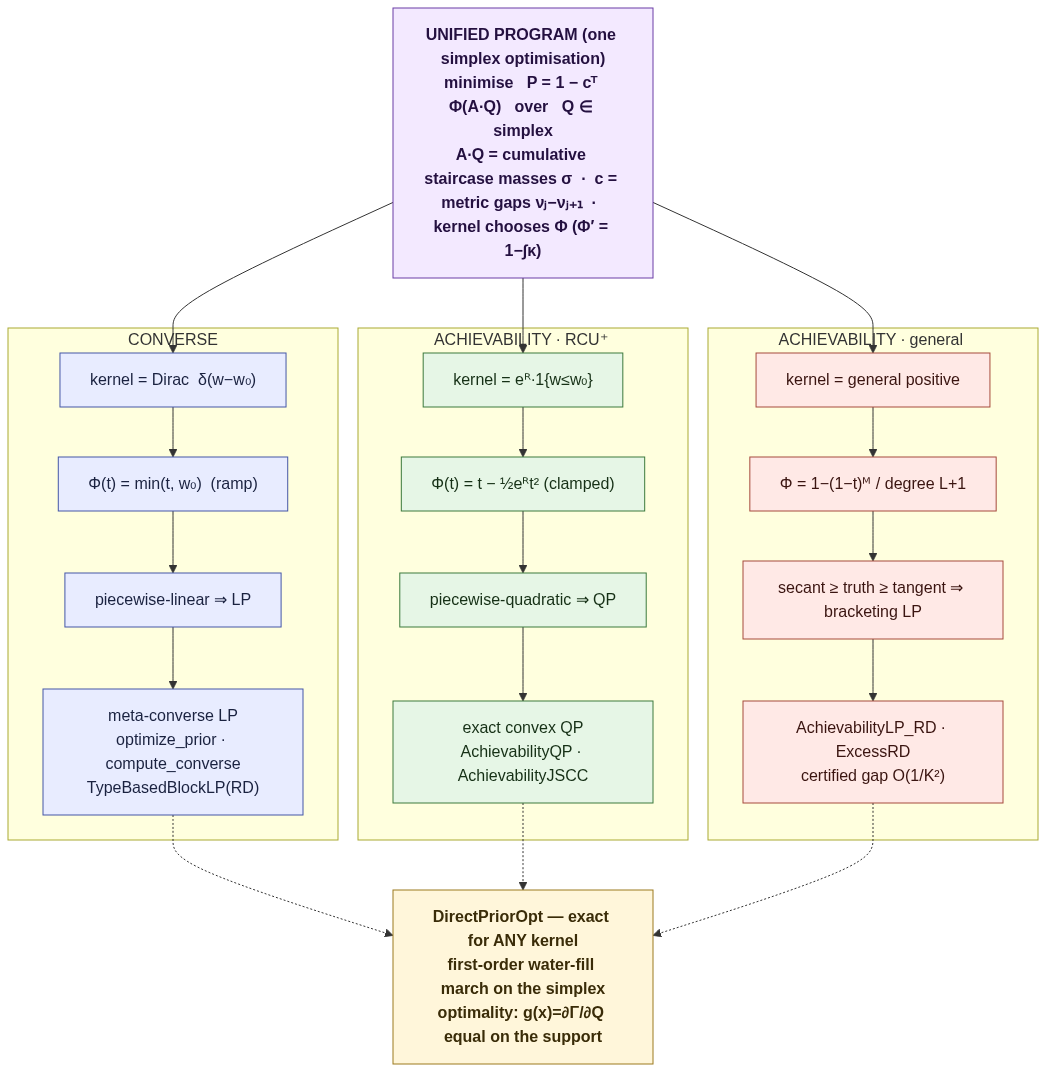
Above: docs/algorithms.png in nire123/one_shot_IT (Mermaid), before the change. Its source is kept beside it as docs/algorithms.mmd. The source it was exported from:
```mermaid
flowchart TB
  classDef prog fill:#f3e9ff,stroke:#6a3ca6,color:#241040,font-weight:bold;
  classDef conv fill:#e8ecff,stroke:#4456a6,color:#1a2240;
  classDef ach1 fill:#e6f6e6,stroke:#3c7a3c,color:#163016;
  classDef ach2 fill:#ffe9e6,stroke:#a64a3c,color:#3a1410;
  classDef dir  fill:#fff6da,stroke:#9c7a1e,color:#3a2c08,font-weight:bold;

  P["UNIFIED PROGRAM (one simplex optimisation)<br/>minimise &nbsp; P = 1 − cᵀ Φ(A·Q) &nbsp; over &nbsp; Q ∈ simplex<br/>A·Q = cumulative staircase masses σ &nbsp;·&nbsp; c = metric gaps νⱼ−νⱼ₊₁ &nbsp;·&nbsp; kernel chooses Φ (Φ′ = 1−∫κ)"]:::prog

  P --> K1
  P --> K2
  P --> K3

  subgraph CONVERSE[" CONVERSE "]
    direction TB
    K1["kernel = Dirac &nbsp;δ(w−w₀)"]:::conv --> F1["Φ(t) = min(t, w₀) &nbsp;(ramp)"]:::conv --> R1["piecewise-linear ⇒ LP"]:::conv --> S1["meta-converse LP<br/>optimize_prior · compute_converse<br/>TypeBasedBlockLP(RD)"]:::conv
  end

  subgraph ACHA[" ACHIEVABILITY · RCU⁺ (list L=1) "]
    direction TB
    K2["kernel = eᴿ·1{w≤w₀}"]:::ach1 --> F2["Φ(t) = t − ½eᴿt²  (clamped)"]:::ach1 --> R2["piecewise-quadratic ⇒ QP"]:::ach1 --> S2["exact convex QP<br/>AchievabilityQP · AchievabilityJSCC"]:::ach1
  end

  subgraph ACHB[" ACHIEVABILITY · general kernel (RD / excess / list-L) "]
    direction TB
    K3["kernel = general positive"]:::ach2 --> F3["Φ = 1−(1−t)ᴹ  /  degree L+1"]:::ach2 --> R3["secant ≥ truth ≥ tangent ⇒ bracketing LP"]:::ach2 --> S3["AchievabilityLP_RD · ExcessRD<br/>certified gap O(1/K²)"]:::ach2
  end

  S1 -.-> DIR
  S2 -.-> DIR
  S3 -.-> DIR
  DIR["DirectPriorOpt — exact for ANY kernel<br/>first-order water-fill march on the simplex<br/>optimality: g(x)=∂Γ/∂Q equal on the support"]:::dir
```
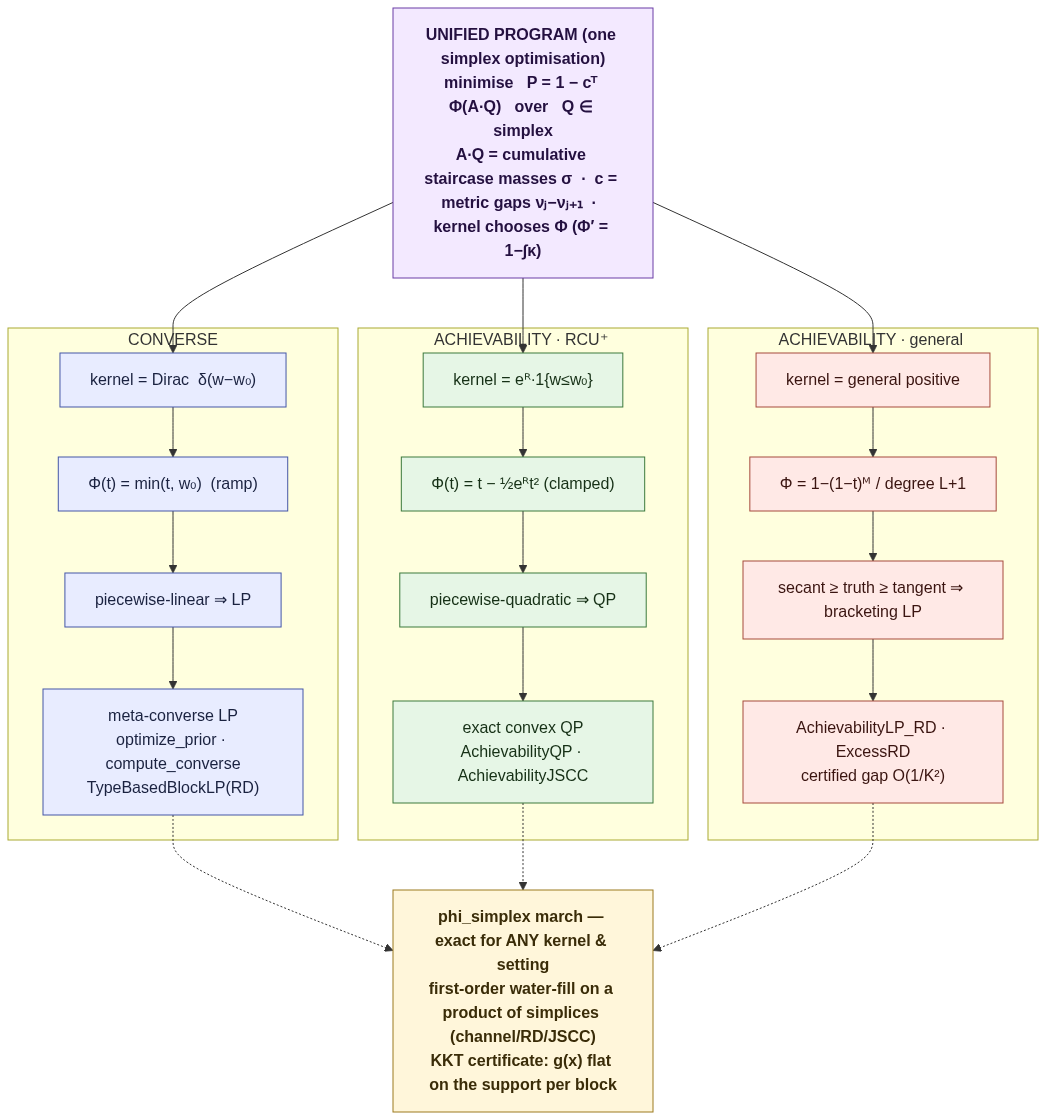
Later version of the same file.

Commit message:
docs: sync all docs to the Phi-view mechanism + JSCC; add tests/README.md

What changed in the source:
```diff
@@ -29,4 +29,4 @@
   S1 -.-> DIR
   S2 -.-> DIR
   S3 -.-> DIR
-  DIR["DirectPriorOpt — exact for ANY kernel<br/>first-order water-fill march on the simplex<br/>optimality: g(x)=∂Γ/∂Q equal on the support"]:::dir
+  DIR["phi_simplex march — exact for ANY kernel & setting<br/>first-order water-fill on a product of simplices (channel/RD/JSCC)<br/>KKT certificate: g(x) flat on the support per block"]:::dir
```
